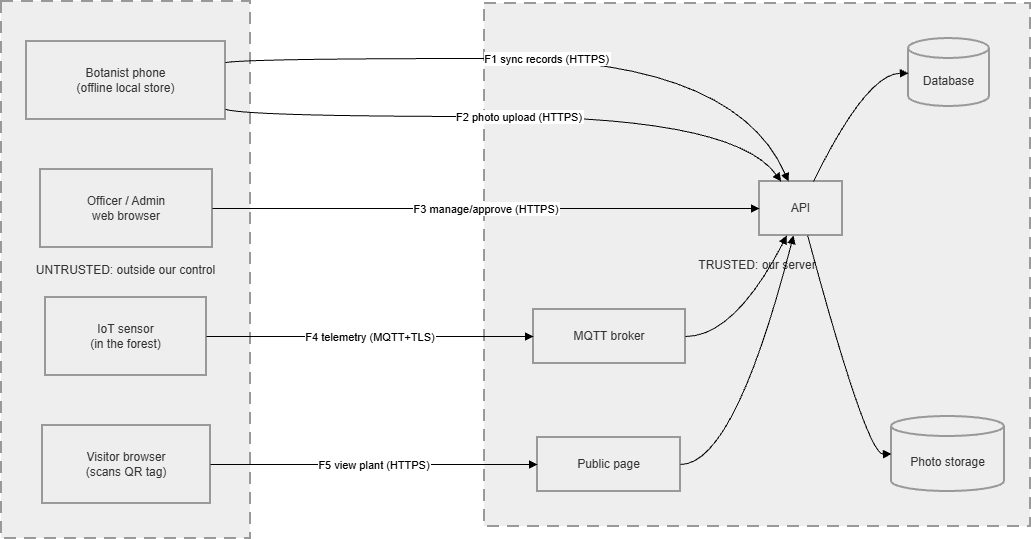
This is docs/architecture/threat-model-dfd.drawio.png from Kampung-Semua-Cina/CTIP-biodiversitysystem, a draw.io export, as it was before one commit. Source tidied: cells renumbered, new cells last; positions are measured from the earlier drawing's top-left corner, leaving out a move shared by most shapes.
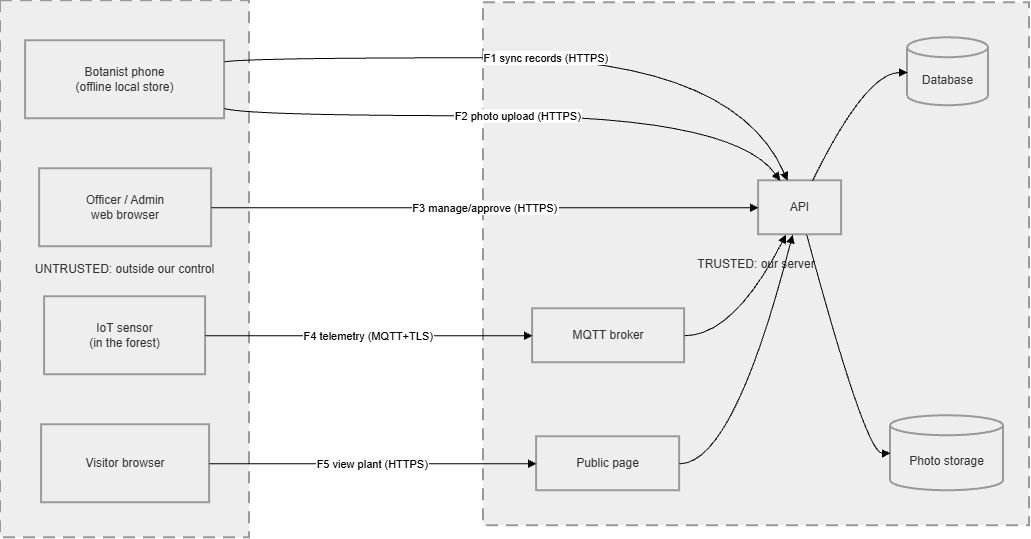
The same diagram one commit later.

Commit message:
Update diagram (DFD)

Diff of the diagram source:
```diff
@@ -17,7 +17,7 @@
     <mxCell id="6" value="IoT sensor&#10;(in the forest)" style="whiteSpace=wrap;strokeWidth=2;fillColor=light-dark(#eeeeee,#1f2020);strokeColor=light-dark(#999999,#cccccc);fontColor=light-dark(#333333,#cccccc);" parent="1" vertex="1">
       <mxGeometry x="44" y="296" width="161" height="78" as="geometry" />
     </mxCell>
-    <mxCell id="7" value="Visitor browser&#10;(scans QR tag)" style="whiteSpace=wrap;strokeWidth=2;fillColor=light-dark(#eeeeee,#1f2020);strokeColor=light-dark(#999999,#cccccc);fontColor=light-dark(#333333,#cccccc);" parent="1" vertex="1">
+    <mxCell id="7" value="Visitor browser" style="whiteSpace=wrap;strokeWidth=2;fillColor=light-dark(#eeeeee,#1f2020);strokeColor=light-dark(#999999,#cccccc);fontColor=light-dark(#333333,#cccccc);" parent="1" vertex="1">
       <mxGeometry x="41" y="424" width="168" height="78" as="geometry" />
     </mxCell>
     <mxCell id="8" value="Public page" style="whiteSpace=wrap;strokeWidth=2;fillColor=light-dark(#eeeeee,#1f2020);strokeColor=light-dark(#999999,#cccccc);fontColor=light-dark(#333333,#cccccc);" parent="1" vertex="1">
```
